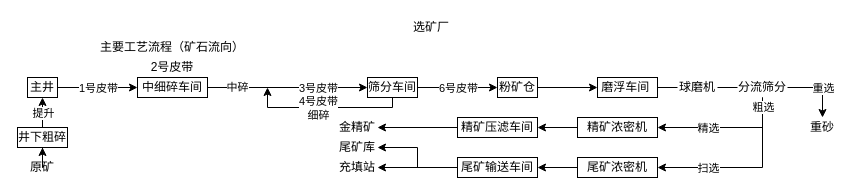
Before: 选矿工艺流程图.drawio in XS0612/daviddraw-drawio-diagrams, a draw.io diagram. Source tidied: cells renumbered, new cells numbered last; positions are measured from the earlier drawing's top-left corner, leaving out a move shared by most shapes. Both pictures are drawn from the tidied source at 100%, with x=0, y=0 at pixel (17, 17).
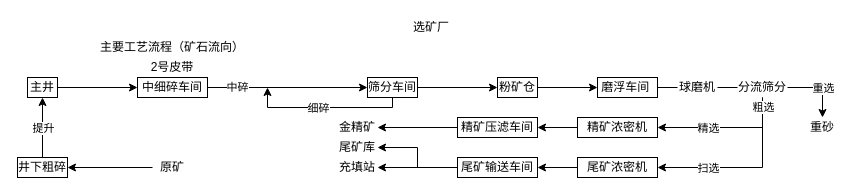
The same page after the edit.

Commit message (it also covers changes not shown here):
更新选矿工艺流程图.drawio

Unchanged cells that the change refers to:
```xml
<mxCell id="4" style="edgeStyle=orthogonalEdgeStyle;rounded=0;jettySize=auto;html=1;" parent="1" edge="1" source="6" target="10">
  <mxGeometry relative="1" as="geometry" />
</mxCell>
<mxCell id="7" style="edgeStyle=orthogonalEdgeStyle;rounded=0;jettySize=auto;html=1;" parent="1" edge="1" source="10" target="15">
  <mxGeometry relative="1" as="geometry" />
</mxCell>
<mxCell id="11" style="edgeStyle=orthogonalEdgeStyle;rounded=0;jettySize=auto;html=1;" parent="1" edge="1" source="15" target="17">
  <mxGeometry relative="1" as="geometry" />
</mxCell>
<mxCell id="13" style="edgeStyle=orthogonalEdgeStyle;rounded=0;jettySize=auto;html=1;exitX=0.5;exitY=1;exitDx=0;exitDy=0;" parent="1" edge="1" source="15">
  <mxGeometry relative="1" as="geometry">
    <mxPoint x="250" y="70" as="targetPoint" />
    <Array as="points">
      <mxPoint x="375" y="90" />
      <mxPoint x="250" y="90" />
    </Array>
  </mxGeometry>
</mxCell>
<mxCell id="34" style="edgeStyle=orthogonalEdgeStyle;rounded=0;jettySize=auto;html=1;entryX=0.5;entryY=1;entryDx=0;entryDy=0;" parent="1" edge="1" source="36" target="6">
  <mxGeometry relative="1" as="geometry" />
</mxCell>
```

The edit, as a diff of the source:
```diff
@@
-    <mxCell id="5" value="1号皮带" style="edgeLabel;html=1;align=center;verticalAlign=middle;" parent="4" vertex="1">
-      <mxGeometry x="-0.05" y="-1" relative="1" as="geometry">
-        <mxPoint x="2" y="-1" as="offset" />
-      </mxGeometry>
-    </mxCell>
@@
-    <mxCell id="8" value="3号皮带" style="edgeLabel;html=1;align=center;verticalAlign=middle;" parent="7" vertex="1">
-      <mxGeometry x="-0.05" relative="1" as="geometry">
-        <mxPoint x="34" as="offset" />
-      </mxGeometry>
-    </mxCell>
@@
-    <mxCell id="12" value="6号皮带" style="edgeLabel;html=1;align=center;verticalAlign=middle;" parent="11" vertex="1">
-      <mxGeometry x="0.03" y="-1" relative="1" as="geometry">
-        <mxPoint x="-1" y="-1" as="offset" />
-      </mxGeometry>
-    </mxCell>
@@
-    <mxCell id="14" value="4号皮带&lt;div&gt;细碎&lt;/div&gt;" style="edgeLabel;html=1;align=center;verticalAlign=middle;" parent="13" vertex="1">
+    <mxCell id="14" value="细碎" style="edgeLabel;html=1;align=center;verticalAlign=middle;" parent="13" vertex="1">
       <mxGeometry x="0.01" y="-2" relative="1" as="geometry">
         <mxPoint x="-7" y="2" as="offset" />
       </mxGeometry>
     </mxCell>
@@
-    <mxCell id="32" style="edgeStyle=orthogonalEdgeStyle;rounded=0;jettySize=auto;html=1;entryX=0.5;entryY=1;entryDx=0;entryDy=0;" parent="1" edge="1" source="33" target="36">
+    <mxCell id="32" style="edgeStyle=orthogonalEdgeStyle;rounded=0;jettySize=auto;html=1;entryX=1;entryY=0.5;entryDx=0;entryDy=0;" parent="1" edge="1" source="33" target="36">
       <mxGeometry relative="1" as="geometry" />
     </mxCell>
     <mxCell id="33" value="原矿" style="text;html=1;whiteSpace=wrap;strokeColor=none;fillColor=none;align=center;verticalAlign=middle;rounded=0;" parent="1" vertex="1">
-      <mxGeometry x="5" y="140" width="40" height="20" as="geometry" />
+      <mxGeometry x="135" y="140" width="40" height="20" as="geometry" />
     </mxCell>
@@
     <mxCell id="35" value="提升" style="edgeLabel;html=1;align=center;verticalAlign=middle;" parent="34" vertex="1">
       <mxGeometry x="0.28" y="-1" relative="1" as="geometry">
-        <mxPoint x="-1" y="-3" as="offset" />
+        <mxPoint x="-1" y="8" as="offset" />
       </mxGeometry>
     </mxCell>
     <mxCell id="36" value="井下粗碎" style="whiteSpace=wrap;html=1;" parent="1" vertex="1">
-      <mxGeometry y="110" width="50" height="20" as="geometry" />
+      <mxGeometry y="140" width="50" height="20" as="geometry" />
     </mxCell>
```
